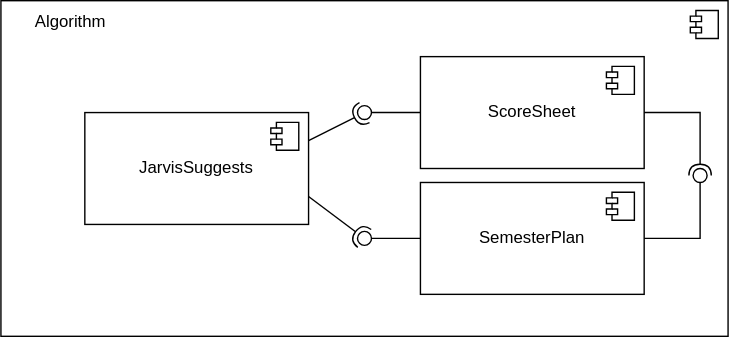
This is TeamTwoFiles/AlgorithmComponentDiagram.svg from MckennahPalmer/CSE430, a draw.io export, as it was before one commit. Source tidied: cells renumbered, new cells last; positions are measured from the earlier drawing's top-left corner, leaving out a move shared by most shapes.
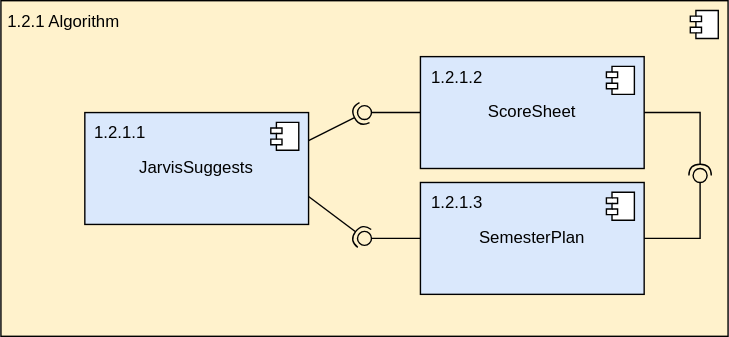
Later version of the same file.

What changed in the source:
```diff
@@ -2,7 +2,7 @@
   <root>
     <mxCell id="0" />
     <mxCell id="1" parent="0" />
-    <mxCell id="2" style="html=1;whiteSpace=wrap;fillColor=none;" parent="1" vertex="1">
+    <mxCell id="2" style="html=1;whiteSpace=wrap;fillColor=#FFF2CC;" parent="1" vertex="1">
       <mxGeometry width="520" height="240" as="geometry" />
     </mxCell>
     <mxCell id="3" style="shape=module;jettyWidth=8;jettyHeight=4;" parent="2" vertex="1">
@@ -10,10 +10,10 @@
         <mxPoint x="-27" y="7" as="offset" />
       </mxGeometry>
     </mxCell>
-    <mxCell id="4" value="Algorithm" style="text;html=1;strokeColor=none;fillColor=none;align=center;verticalAlign=middle;whiteSpace=wrap;rounded=0;" parent="1" vertex="1">
-      <mxGeometry x="20" width="60" height="30" as="geometry" />
+    <mxCell id="4" value="1.2.1 Algorithm" style="text;html=1;strokeColor=none;fillColor=none;align=center;verticalAlign=middle;whiteSpace=wrap;rounded=0;" parent="1" vertex="1">
+      <mxGeometry width="90" height="30" as="geometry" />
     </mxCell>
-    <mxCell id="5" value="SemesterPlan" style="html=1;whiteSpace=wrap;fillColor=none;" parent="1" vertex="1">
+    <mxCell id="5" value="SemesterPlan" style="html=1;whiteSpace=wrap;fillColor=#DAE8FC;" parent="1" vertex="1">
       <mxGeometry x="300" y="130" width="160" height="80" as="geometry" />
     </mxCell>
     <mxCell id="6" style="shape=module;jettyWidth=8;jettyHeight=4;" parent="5" vertex="1">
@@ -21,7 +21,7 @@
         <mxPoint x="-27" y="7" as="offset" />
       </mxGeometry>
     </mxCell>
-    <mxCell id="7" value="JarvisSuggests" style="html=1;whiteSpace=wrap;fillColor=none;" parent="1" vertex="1">
+    <mxCell id="7" value="JarvisSuggests" style="html=1;whiteSpace=wrap;fillColor=#DAE8FC;" parent="1" vertex="1">
       <mxGeometry x="60" y="80" width="160" height="80" as="geometry" />
     </mxCell>
     <mxCell id="8" style="shape=module;jettyWidth=8;jettyHeight=4;" parent="7" vertex="1">
@@ -29,7 +29,7 @@
         <mxPoint x="-27" y="7" as="offset" />
       </mxGeometry>
     </mxCell>
-    <mxCell id="9" value="ScoreSheet" style="html=1;whiteSpace=wrap;fillColor=none;" parent="1" vertex="1">
+    <mxCell id="9" value="ScoreSheet" style="html=1;whiteSpace=wrap;fillColor=#DAE8FC;" parent="1" vertex="1">
       <mxGeometry x="300" y="40" width="160" height="80" as="geometry" />
     </mxCell>
     <mxCell id="10" style="shape=module;jettyWidth=8;jettyHeight=4;" parent="9" vertex="1">
@@ -82,5 +82,14 @@
     <mxCell id="19" style="ellipse;whiteSpace=wrap;html=1;align=center;fillColor=none;strokeColor=none;perimeter=centerPerimeter;" parent="1" vertex="1">
       <mxGeometry x="235" y="210" width="10" height="10" as="geometry" />
     </mxCell>
+    <mxCell id="20" value="1.2.1.1" style="text;html=1;strokeColor=none;fillColor=none;align=left;verticalAlign=middle;whiteSpace=wrap;rounded=0;" parent="1" vertex="1">
+      <mxGeometry x="65" y="80" width="50" height="30" as="geometry" />
+    </mxCell>
+    <mxCell id="21" value="1.2.1.2" style="text;html=1;strokeColor=none;fillColor=none;align=left;verticalAlign=middle;whiteSpace=wrap;rounded=0;" parent="1" vertex="1">
+      <mxGeometry x="306" y="40" width="50" height="30" as="geometry" />
+    </mxCell>
+    <mxCell id="22" value="1.2.1.3" style="text;html=1;strokeColor=none;fillColor=none;align=left;verticalAlign=middle;whiteSpace=wrap;rounded=0;" parent="1" vertex="1">
+      <mxGeometry x="306" y="130" width="50" height="30" as="geometry" />
+    </mxCell>
   </root>
 </mxGraphModel>
```
